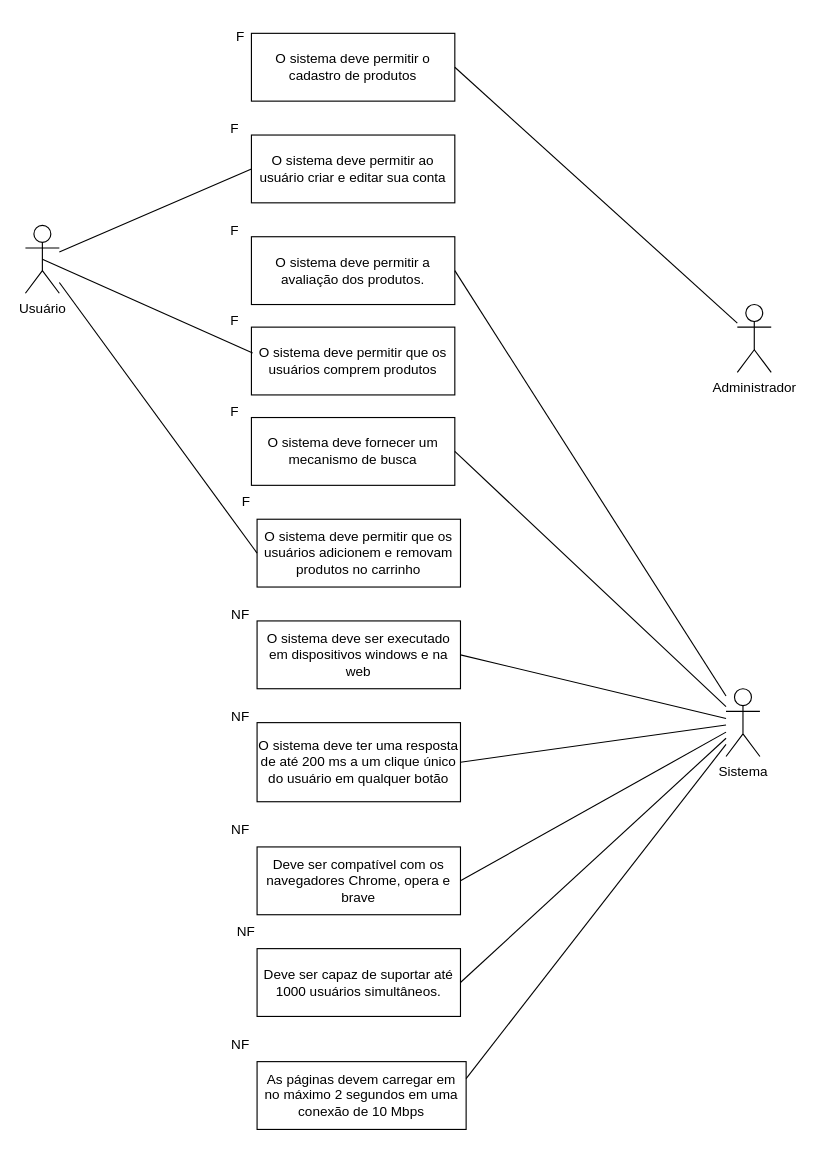
The draw.io diagram diagrama de casos de uso.drawio in AndreLuizWandscheerFranco/TCC, before the edit. Source tidied: cells renumbered, new cells numbered last; positions are measured from the earlier drawing's top-left corner, leaving out a move shared by most shapes. Both pictures are drawn from the tidied source at 113%, with x=0, y=0 at pixel (25, 19).
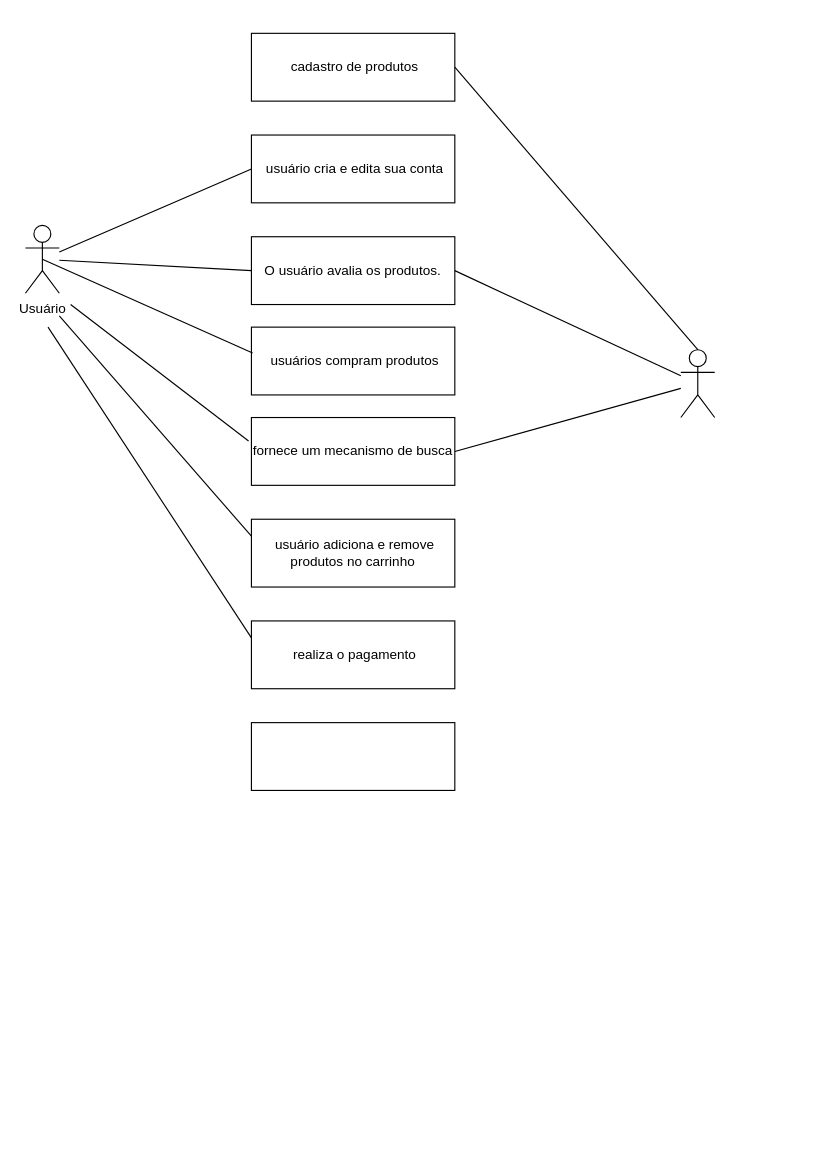
Above is the later version.

Unchanged cells that the change refers to:
```xml
<mxCell id="2" value="Usuário" style="shape=umlActor;verticalLabelPosition=bottom;verticalAlign=top;html=1;outlineConnect=0;" parent="1" vertex="1">
  <mxGeometry y="182" width="30" height="60" as="geometry" />
</mxCell>
```

Diff of the diagram source:
```diff
@@
-    <mxCell id="3" value="O sistema deve permitir o cadastro de produtos" style="rounded=0;whiteSpace=wrap;html=1;" parent="1" vertex="1">
+    <mxCell id="3" value="&amp;nbsp;cadastro de produtos" style="rounded=0;whiteSpace=wrap;html=1;" parent="1" vertex="1">
       <mxGeometry x="200" y="12" width="180" height="60" as="geometry" />
     </mxCell>
-    <mxCell id="4" value="F" style="text;html=1;align=center;verticalAlign=middle;strokeColor=none;fillColor=none;" parent="1" vertex="1">
-      <mxGeometry x="175" width="30" height="30" as="geometry" />
-    </mxCell>
@@
-    <mxCell id="6" value="O sistema deve permitir ao usuário criar e editar sua conta" style="rounded=0;whiteSpace=wrap;html=1;" parent="1" vertex="1">
+    <mxCell id="6" value="&amp;nbsp;usuário cria e edita sua conta" style="rounded=0;whiteSpace=wrap;html=1;" parent="1" vertex="1">
       <mxGeometry x="200" y="102" width="180" height="60" as="geometry" />
     </mxCell>
-    <mxCell id="7" value="O sistema deve permitir a avaliação dos produtos." style="rounded=0;whiteSpace=wrap;html=1;" parent="1" vertex="1">
+    <mxCell id="7" value="O usuário avalia os produtos." style="rounded=0;whiteSpace=wrap;html=1;" parent="1" vertex="1">
       <mxGeometry x="200" y="192" width="180" height="60" as="geometry" />
     </mxCell>
-    <mxCell id="8" value="O sistema deve fornecer um mecanismo de busca" style="rounded=0;whiteSpace=wrap;html=1;" parent="1" vertex="1">
+    <mxCell id="8" value="fornece um mecanismo de busca" style="rounded=0;whiteSpace=wrap;html=1;" parent="1" vertex="1">
       <mxGeometry x="200" y="352" width="180" height="60" as="geometry" />
     </mxCell>
-    <mxCell id="9" value="O sistema deve ser executado em dispositivos windows e na web" style="rounded=0;whiteSpace=wrap;html=1;" parent="1" vertex="1">
-      <mxGeometry x="205" y="532" width="180" height="60" as="geometry" />
-    </mxCell>
-    <mxCell id="10" value="O sistema deve ter uma resposta de até 200 ms a um clique único do usuário em qualquer botão" style="rounded=0;whiteSpace=wrap;html=1;" parent="1" vertex="1">
-      <mxGeometry x="205" y="622" width="180" height="70" as="geometry" />
-    </mxCell>
-    <mxCell id="11" value="Deve ser compatível com os navegadores Chrome, opera e brave" style="rounded=0;whiteSpace=wrap;html=1;" parent="1" vertex="1">
-      <mxGeometry x="205" y="732" width="180" height="60" as="geometry" />
-    </mxCell>
-    <mxCell id="12" value="Deve ser capaz de suportar até 1000 usuários simultâneos." style="rounded=0;whiteSpace=wrap;html=1;align=center;" parent="1" vertex="1">
-      <mxGeometry x="205" y="822" width="180" height="60" as="geometry" />
-    </mxCell>
-    <mxCell id="13" value="F" style="text;html=1;align=center;verticalAlign=middle;strokeColor=none;fillColor=none;" parent="1" vertex="1">
-      <mxGeometry x="170" y="82" width="30" height="30" as="geometry" />
-    </mxCell>
-    <mxCell id="14" value="F" style="text;html=1;align=center;verticalAlign=middle;strokeColor=none;fillColor=none;" parent="1" vertex="1">
-      <mxGeometry x="170" y="172" width="30" height="30" as="geometry" />
-    </mxCell>
-    <mxCell id="15" value="F" style="text;html=1;align=center;verticalAlign=middle;strokeColor=none;fillColor=none;" parent="1" vertex="1">
-      <mxGeometry x="170" y="332" width="30" height="30" as="geometry" />
-    </mxCell>
-    <mxCell id="16" value="NF" style="text;html=1;align=center;verticalAlign=middle;strokeColor=none;fillColor=none;" parent="1" vertex="1">
-      <mxGeometry x="170" y="512" width="40" height="30" as="geometry" />
-    </mxCell>
-    <mxCell id="17" value="NF" style="text;html=1;align=center;verticalAlign=middle;strokeColor=none;fillColor=none;" parent="1" vertex="1">
-      <mxGeometry x="170" y="602" width="40" height="30" as="geometry" />
-    </mxCell>
-    <mxCell id="18" value="O sistema deve permitir que os usuários adicionem e removam produtos no carrinho" style="rounded=0;whiteSpace=wrap;html=1;" parent="1" vertex="1">
-      <mxGeometry x="205" y="442" width="180" height="60" as="geometry" />
+    <mxCell id="18" value="&amp;nbsp;usuário adiciona e remove produtos no carrinho" style="rounded=0;whiteSpace=wrap;html=1;" parent="1" vertex="1">
+      <mxGeometry x="200" y="442" width="180" height="60" as="geometry" />
     </mxCell>
-    <mxCell id="19" value="F" style="text;html=1;align=center;verticalAlign=middle;strokeColor=none;fillColor=none;" parent="1" vertex="1">
-      <mxGeometry x="180" y="412" width="30" height="30" as="geometry" />
-    </mxCell>
-    <mxCell id="20" value="NF" style="text;html=1;align=center;verticalAlign=middle;strokeColor=none;fillColor=none;" parent="1" vertex="1">
-      <mxGeometry x="170" y="702" width="40" height="30" as="geometry" />
-    </mxCell>
-    <mxCell id="21" value="NF" style="text;html=1;align=center;verticalAlign=middle;strokeColor=none;fillColor=none;" parent="1" vertex="1">
-      <mxGeometry x="175" y="792" width="40" height="30" as="geometry" />
-    </mxCell>
-    <mxCell id="22" style="endArrow=none;html=1;rounded=0;exitX=0;exitY=0.5;exitDx=0;exitDy=0;" parent="1" edge="1" source="18" target="2">
-      <mxGeometry relative="1" as="geometry" />
-    </mxCell>
-    <mxCell id="23" value="Sistema" style="shape=umlActor;verticalLabelPosition=bottom;verticalAlign=top;html=1;outlineConnect=0;" parent="1" vertex="1">
-      <mxGeometry x="620" y="592" width="30" height="60" as="geometry" />
+    <mxCell id="23" style="shape=umlActor;verticalLabelPosition=bottom;verticalAlign=top;html=1;outlineConnect=0;" parent="1" vertex="1">
+      <mxGeometry x="580" y="292" width="30" height="60" as="geometry" />
     </mxCell>
@@
-    <mxCell id="26" style="endArrow=none;html=1;rounded=0;exitX=1;exitY=0.5;exitDx=0;exitDy=0;" parent="1" edge="1" source="9" target="23">
-      <mxGeometry relative="1" as="geometry" />
-    </mxCell>
-    <mxCell id="27" style="endArrow=none;html=1;rounded=0;exitX=1;exitY=0.5;exitDx=0;exitDy=0;" parent="1" edge="1" source="10" target="23">
-      <mxGeometry relative="1" as="geometry" />
-    </mxCell>
-    <mxCell id="28" style="endArrow=none;html=1;rounded=0;exitX=1;exitY=0.5;exitDx=0;exitDy=0;" parent="1" edge="1" source="11" target="23">
-      <mxGeometry relative="1" as="geometry" />
-    </mxCell>
-    <mxCell id="29" style="endArrow=none;html=1;rounded=0;exitX=1;exitY=0.5;exitDx=0;exitDy=0;" parent="1" edge="1" source="12" target="23">
-      <mxGeometry relative="1" as="geometry" />
-    </mxCell>
-    <mxCell id="30" style="endArrow=none;html=1;rounded=0;exitX=1;exitY=0.5;exitDx=0;exitDy=0;" parent="1" edge="1" source="3" target="31">
-      <mxGeometry relative="1" as="geometry" />
-    </mxCell>
-    <mxCell id="31" value="Administrador" style="shape=umlActor;verticalLabelPosition=bottom;verticalAlign=top;html=1;outlineConnect=0;" parent="1" vertex="1">
-      <mxGeometry x="630" y="252" width="30" height="60" as="geometry" />
-    </mxCell>
-    <mxCell id="32" value="As páginas devem carregar em no máximo 2 segundos em uma conexão de 10 Mbps" style="rounded=0;whiteSpace=wrap;html=1;" parent="1" vertex="1">
-      <mxGeometry x="205" y="922" width="185" height="60" as="geometry" />
-    </mxCell>
-    <mxCell id="33" style="endArrow=none;html=1;rounded=0;exitX=1;exitY=0.25;exitDx=0;exitDy=0;" parent="1" edge="1" source="32" target="23">
-      <mxGeometry relative="1" as="geometry" />
-    </mxCell>
-    <mxCell id="34" value="NF" style="text;html=1;align=center;verticalAlign=middle;strokeColor=none;fillColor=none;" parent="1" vertex="1">
-      <mxGeometry x="170" y="892" width="40" height="30" as="geometry" />
-    </mxCell>
-    <mxCell id="35" value="O sistema deve permitir que os usuários comprem produtos" style="rounded=0;whiteSpace=wrap;html=1;" parent="1" vertex="1">
+    <mxCell id="35" value="&amp;nbsp;usuários compram produtos" style="rounded=0;whiteSpace=wrap;html=1;" parent="1" vertex="1">
       <mxGeometry x="200" y="272" width="180" height="60" as="geometry" />
     </mxCell>
-    <mxCell id="36" value="F" style="text;html=1;align=center;verticalAlign=middle;strokeColor=none;fillColor=none;" parent="1" vertex="1">
-      <mxGeometry x="170" y="252" width="30" height="30" as="geometry" />
-    </mxCell>
@@
+    <mxCell id="38" style="endArrow=none;html=1;rounded=0;entryX=0;entryY=0.5;entryDx=0;entryDy=0;" parent="1" edge="1" source="2" target="7">
+      <mxGeometry relative="1" as="geometry" />
+    </mxCell>
+    <mxCell id="39" style="endArrow=none;html=1;rounded=0;exitX=1;exitY=0.5;exitDx=0;exitDy=0;entryX=0.5;entryY=0;entryDx=0;entryDy=0;entryPerimeter=0;" parent="1" edge="1" source="3" target="23">
+      <mxGeometry relative="1" as="geometry" />
+    </mxCell>
+    <mxCell id="40" value="&amp;nbsp;realiza o pagamento" style="rounded=0;whiteSpace=wrap;html=1;" parent="1" vertex="1">
+      <mxGeometry x="200" y="532" width="180" height="60" as="geometry" />
+    </mxCell>
+    <mxCell id="41" style="endArrow=none;html=1;rounded=0;exitX=-0.014;exitY=0.347;exitDx=0;exitDy=0;exitPerimeter=0;" parent="1" edge="1" source="8">
+      <mxGeometry relative="1" as="geometry">
+        <mxPoint x="40" y="252" as="targetPoint" />
+      </mxGeometry>
+    </mxCell>
+    <mxCell id="42" style="endArrow=none;html=1;rounded=0;exitX=0;exitY=0.25;exitDx=0;exitDy=0;" parent="1" edge="1" source="18">
+      <mxGeometry relative="1" as="geometry">
+        <mxPoint x="30" y="262" as="targetPoint" />
+      </mxGeometry>
+    </mxCell>
+    <mxCell id="43" style="endArrow=none;html=1;rounded=0;exitX=0;exitY=0.25;exitDx=0;exitDy=0;" parent="1" edge="1" source="40">
+      <mxGeometry relative="1" as="geometry">
+        <mxPoint x="20" y="272" as="targetPoint" />
+      </mxGeometry>
+    </mxCell>
+    <mxCell id="44" style="rounded=0;whiteSpace=wrap;html=1;" parent="1" vertex="1">
+      <mxGeometry x="200" y="622" width="180" height="60" as="geometry" />
+    </mxCell>
```
